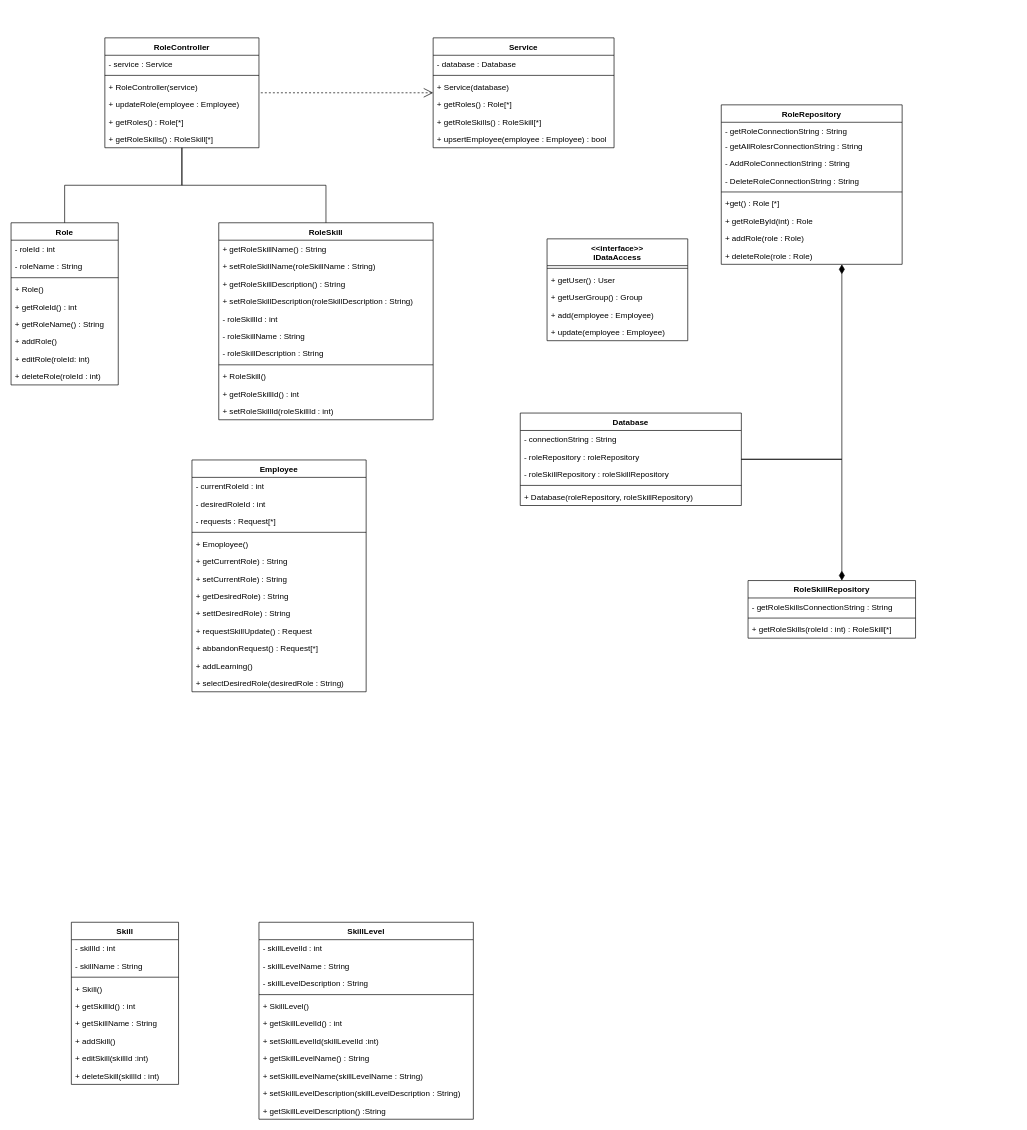
Above: SelectRoleClassDiagram.drawio in learningCurve89/WorkBasedPortfolios (draw.io), before the change. Source tidied: cells renumbered, new cells numbered last; positions are measured from the earlier drawing's top-left corner, leaving out a move shared by most shapes. Both pictures are drawn from the tidied source at 67%, with x=0, y=0 at pixel (11, 38).
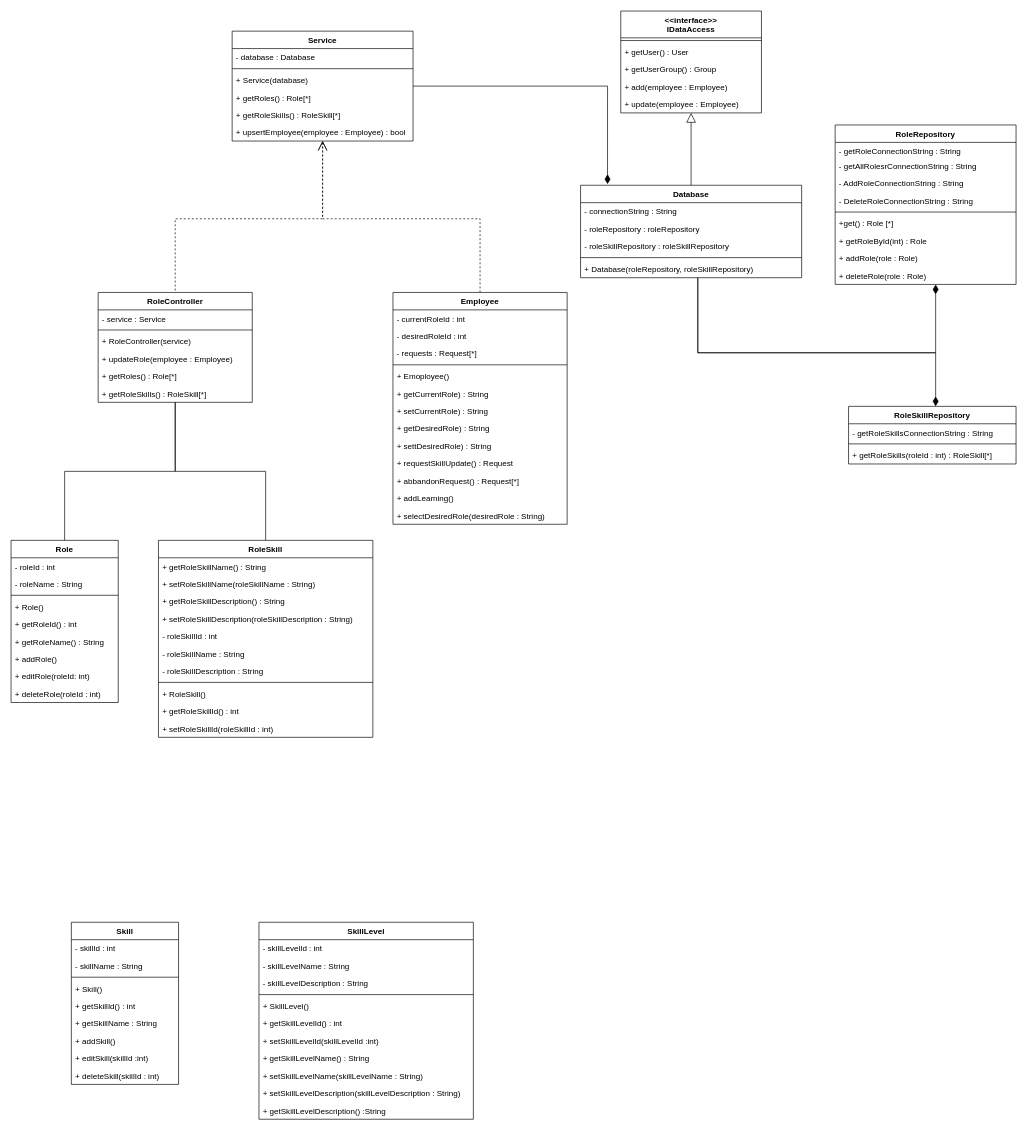
The same page after the edit.

Diff of the diagram source:
```diff
@@
+    <mxCell id="105" style="edgeStyle=orthogonalEdgeStyle;rounded=0;jettySize=auto;html=1;dashed=1;endArrow=open;endFill=0;startSize=12;endSize=12;" parent="1" edge="1" source="2" target="77">
+      <mxGeometry relative="1" as="geometry">
+        <Array as="points">
+          <mxPoint x="700" y="270" />
+          <mxPoint x="465" y="270" />
+        </Array>
+      </mxGeometry>
+    </mxCell>
     <mxCell id="2" value="Employee" style="swimlane;fontStyle=1;align=center;verticalAlign=top;horizontal=1;startSize=26;" parent="1" vertex="1">
-      <mxGeometry x="270" y="630" width="260" height="346" as="geometry" />
+      <mxGeometry x="570" y="380" width="260" height="346" as="geometry" />
     </mxCell>
@@
     <mxCell id="16" value="Role" style="swimlane;fontStyle=1;align=center;verticalAlign=top;horizontal=1;startSize=26;" parent="1" vertex="1">
-      <mxGeometry y="276" width="160" height="242" as="geometry" />
+      <mxGeometry y="750" width="160" height="242" as="geometry" />
     </mxCell>
@@
     <mxCell id="48" value="RoleSkill" style="swimlane;fontStyle=1;align=center;verticalAlign=top;horizontal=1;startSize=26;" parent="1" vertex="1">
-      <mxGeometry x="310" y="276" width="320" height="294" as="geometry" />
+      <mxGeometry x="220" y="750" width="320" height="294" as="geometry" />
     </mxCell>
@@
     <mxCell id="62" value="RoleController" style="swimlane;fontStyle=1;align=center;verticalAlign=top;horizontal=1;startSize=26;" parent="1" vertex="1">
-      <mxGeometry x="140" width="230" height="164" as="geometry" />
+      <mxGeometry x="130" y="380" width="230" height="164" as="geometry" />
     </mxCell>
@@
     <mxCell id="69" style="edgeStyle=orthogonalEdgeStyle;rounded=0;jettySize=auto;html=1;endArrow=diamondThin;endFill=1;endSize=12;startSize=12;" parent="1" edge="1" source="71" target="84">
       <mxGeometry relative="1" as="geometry">
         <Array as="points">
-          <mxPoint x="1240" y="629" />
+          <mxPoint x="1025" y="470" />
+          <mxPoint x="1380" y="470" />
         </Array>
       </mxGeometry>
     </mxCell>
     <mxCell id="70" style="edgeStyle=orthogonalEdgeStyle;rounded=0;jettySize=auto;html=1;endArrow=diamondThin;endFill=1;endSize=12;startSize=12;" parent="1" edge="1" source="71" target="94">
       <mxGeometry relative="1" as="geometry">
         <Array as="points">
-          <mxPoint x="1240" y="629" />
+          <mxPoint x="1025" y="470" />
+          <mxPoint x="1380" y="470" />
         </Array>
       </mxGeometry>
     </mxCell>
+    <mxCell id="106" style="edgeStyle=orthogonalEdgeStyle;rounded=0;jettySize=auto;html=1;startSize=12;endArrow=block;endFill=0;endSize=12;" parent="1" edge="1" source="71" target="99">
+      <mxGeometry relative="1" as="geometry" />
+    </mxCell>
     <mxCell id="71" value="Database" style="swimlane;fontStyle=1;align=center;verticalAlign=top;horizontal=1;startSize=26;" parent="1" vertex="1">
-      <mxGeometry x="760" y="560" width="330" height="138" as="geometry" />
+      <mxGeometry x="850" y="220" width="330" height="138" as="geometry" />
     </mxCell>
@@
+    <mxCell id="107" style="edgeStyle=orthogonalEdgeStyle;rounded=0;jettySize=auto;html=1;entryX=0.122;entryY=-0.012;entryDx=0;entryDy=0;entryPerimeter=0;startSize=12;endArrow=diamondThin;endFill=1;endSize=12;" parent="1" edge="1" source="77" target="71">
+      <mxGeometry relative="1" as="geometry" />
+    </mxCell>
     <mxCell id="77" value="Service" style="swimlane;fontStyle=1;align=center;verticalAlign=top;horizontal=1;startSize=26;" parent="1" vertex="1">
-      <mxGeometry x="630" width="270" height="164" as="geometry" />
+      <mxGeometry x="330" y="-10" width="270" height="164" as="geometry" />
     </mxCell>
@@
     <mxCell id="84" value="RoleRepository" style="swimlane;fontStyle=1;align=center;verticalAlign=top;horizontal=1;startSize=26;" parent="1" vertex="1">
-      <mxGeometry x="1060" y="100" width="270" height="238" as="geometry" />
+      <mxGeometry x="1230" y="130" width="270" height="238" as="geometry" />
     </mxCell>
@@
     <mxCell id="94" value="RoleSkillRepository" style="swimlane;fontStyle=1;align=center;verticalAlign=top;horizontal=1;startSize=26;" parent="1" vertex="1">
-      <mxGeometry x="1100" y="810" width="250" height="86" as="geometry" />
+      <mxGeometry x="1250" y="550" width="250" height="86" as="geometry" />
     </mxCell>
@@
     <mxCell id="98" style="edgeStyle=orthogonalEdgeStyle;rounded=0;jettySize=auto;html=1;startSize=12;endArrow=none;endFill=0;endSize=12;startArrow=open;startFill=0;dashed=1;" parent="1" edge="1" source="77" target="62">
-      <mxGeometry relative="1" as="geometry" />
+      <mxGeometry relative="1" as="geometry">
+        <Array as="points">
+          <mxPoint x="465" y="270" />
+          <mxPoint x="245" y="270" />
+        </Array>
+      </mxGeometry>
     </mxCell>
     <mxCell id="99" value="&lt;&lt;interface&gt;&gt;&#10;IDataAccess" style="swimlane;fontStyle=1;align=center;verticalAlign=top;horizontal=1;startSize=40;" parent="1" vertex="1">
-      <mxGeometry x="800" y="300" width="210" height="152" as="geometry" />
+      <mxGeometry x="910" y="-40" width="210" height="152" as="geometry" />
     </mxCell>
```
